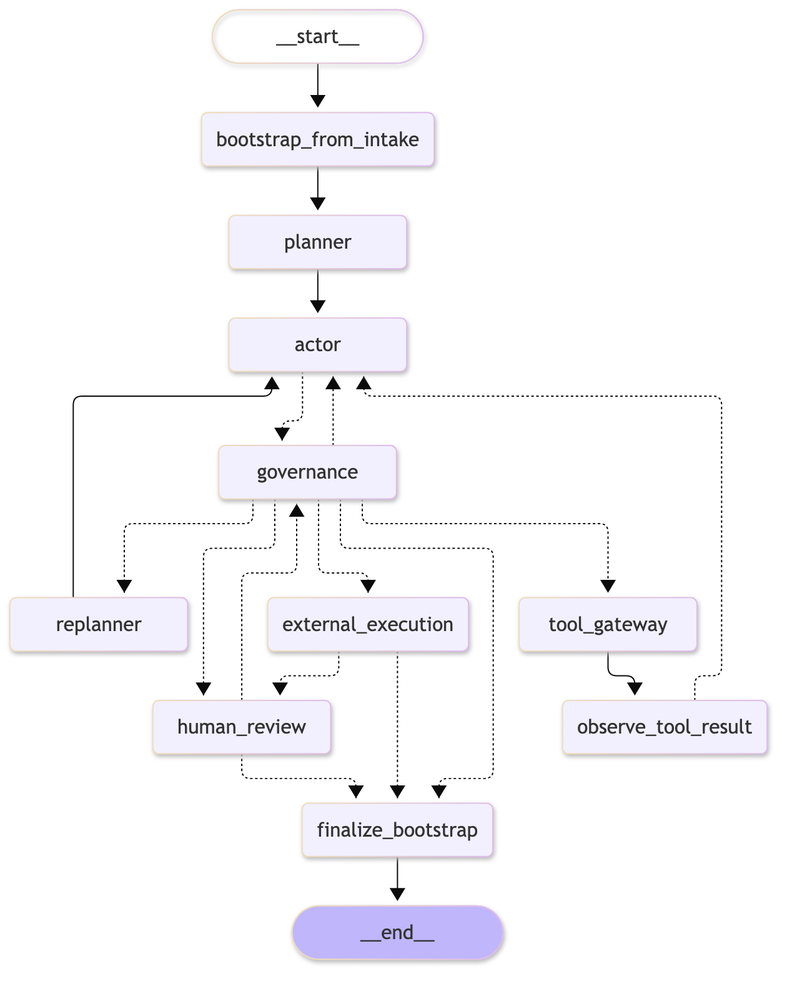
francescogabrieli/agents_oversight_engine keeps this Mermaid diagram as figures/layer2_runtime_graph_thesis.png. Above is the earlier version. Its source is kept beside it as figures/layer2_runtime_graph_thesis.mmd.
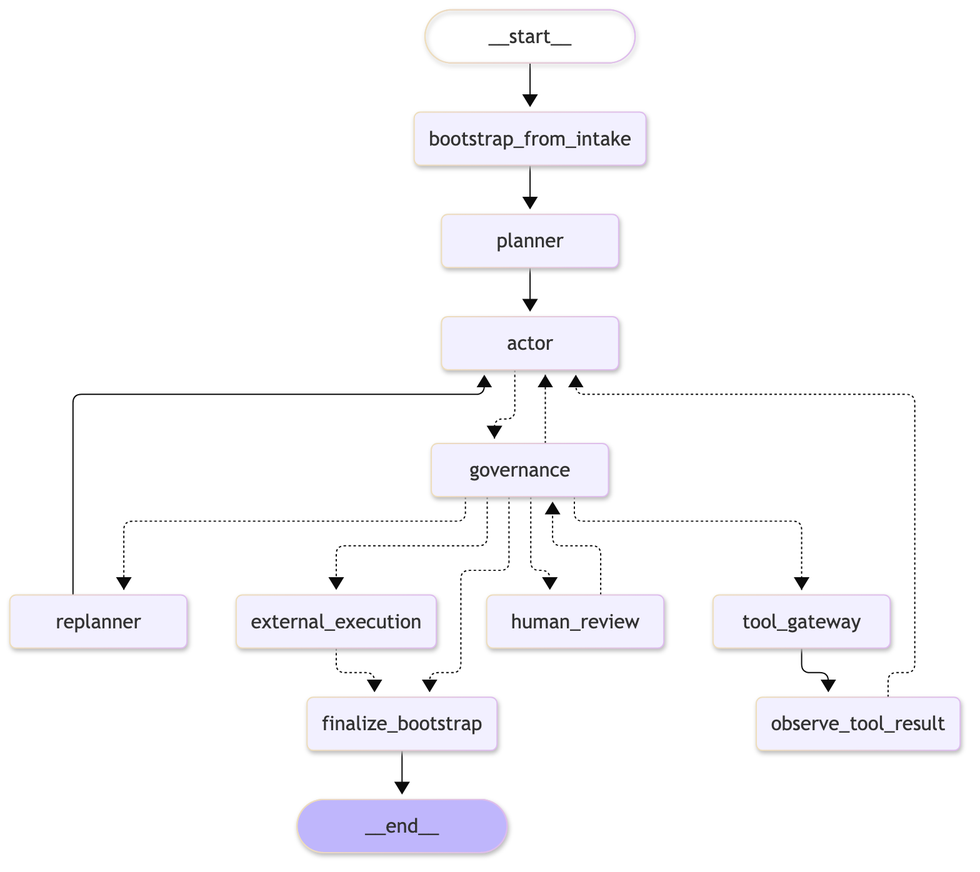
Later version of the same file.

Diff of the diagram source:
```diff
@@ -33,9 +33,7 @@
     governance -.-> human_review
     human_review -.-> governance
     governance -.-> external_execution
-    external_execution -.-> human_review
     governance -.-> finalize_bootstrap
-    human_review -.-> finalize_bootstrap
     external_execution -.-> finalize_bootstrap
     finalize_bootstrap --> __end__
     classDef default fill:#f2f0ff,line-height:1.2
```
